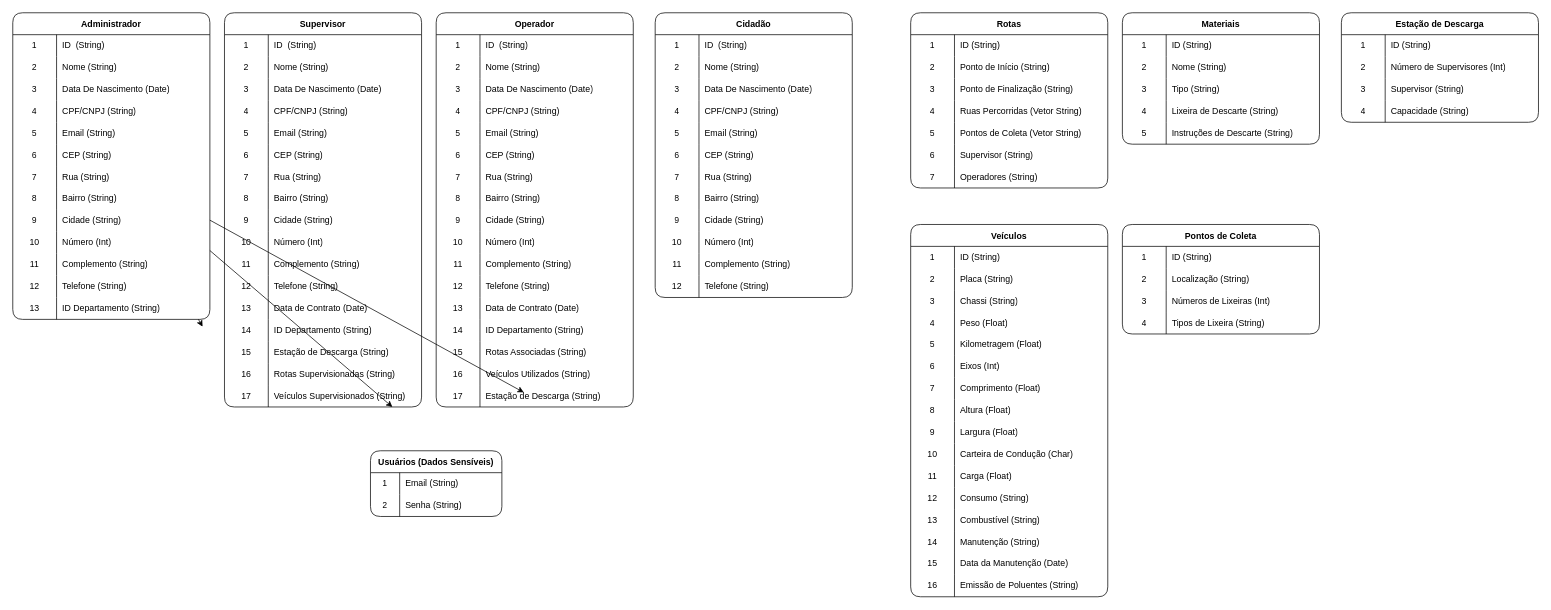
Above: UML/BancoDeDados.drawio in MarceloP25/Sistema-de-Gestao-de-Coleta-de-Lixo-e-Reciclaveis---LPS (draw.io), before the change. Source tidied: cells renumbered, new cells numbered last; positions are measured from the earlier drawing's top-left corner, leaving out a move shared by most shapes. Both pictures are drawn from the tidied source at 73%, with x=0, y=0 at pixel (12, 12).
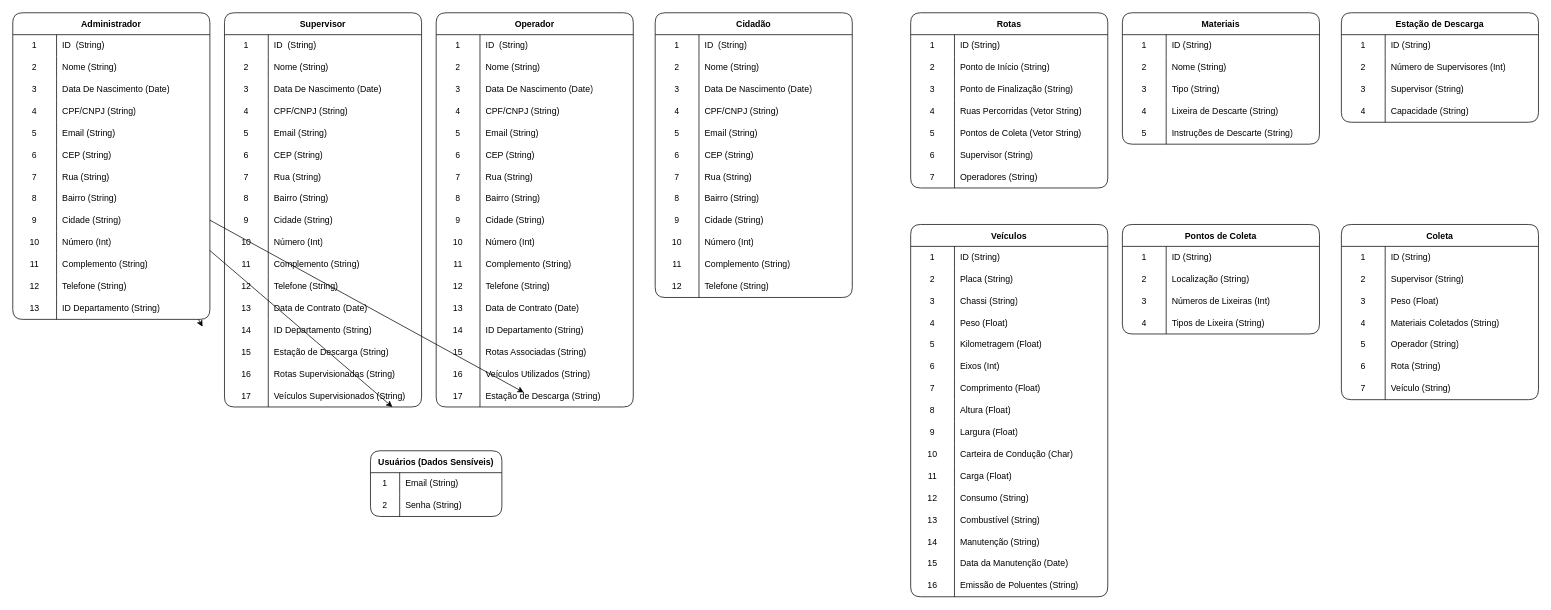
Above is the later version.

Commit message:
Atualização Diagrama de Banco de Dados (Sprint 3)

Diff of the diagram source:
```diff
@@
+    <mxCell id="308" value="Coleta" style="shape=table;startSize=30;childLayout=tableLayout;rowLines=0;fontStyle=1;rounded=1;shadow=0;strokeColor=default;" parent="1" vertex="1">
+      <mxGeometry x="1820" y="290" width="270" height="240" as="geometry" />
+    </mxCell>
+    <mxCell id="309" style="shape=tableRow;horizontal=0;startSize=0;swimlaneHead=0;swimlaneBody=0;top=0;left=0;bottom=0;right=0;fillColor=none;rounded=1;shadow=0;strokeColor=default;" parent="308" vertex="1">
+      <mxGeometry y="30" width="270" height="30" as="geometry" />
+    </mxCell>
+    <mxCell id="310" value="1" style="shape=partialRectangle;html=1;whiteSpace=wrap;fillColor=none;top=0;left=0;bottom=0;right=0;overflow=hidden;rounded=1;shadow=0;strokeColor=default;" parent="309" vertex="1">
+      <mxGeometry width="60" height="30" as="geometry" />
+    </mxCell>
+    <mxCell id="311" value="ID (String)" style="shape=partialRectangle;html=1;whiteSpace=wrap;fillColor=none;top=0;left=0;bottom=0;right=0;align=left;spacingLeft=6;overflow=hidden;rounded=1;shadow=0;strokeColor=default;" parent="309" vertex="1">
+      <mxGeometry x="60" width="210" height="30" as="geometry" />
+    </mxCell>
+    <mxCell id="312" style="shape=tableRow;horizontal=0;startSize=0;swimlaneHead=0;swimlaneBody=0;top=0;left=0;bottom=0;right=0;fillColor=none;rounded=1;shadow=0;strokeColor=default;" parent="308" vertex="1">
+      <mxGeometry y="60" width="270" height="30" as="geometry" />
+    </mxCell>
+    <mxCell id="313" value="2" style="shape=partialRectangle;html=1;whiteSpace=wrap;fillColor=none;top=0;left=0;bottom=0;right=0;overflow=hidden;rounded=1;shadow=0;strokeColor=default;" parent="312" vertex="1">
+      <mxGeometry width="60" height="30" as="geometry" />
+    </mxCell>
+    <mxCell id="314" value="Supervisor (String)" style="shape=partialRectangle;html=1;whiteSpace=wrap;fillColor=none;top=0;left=0;bottom=0;right=0;align=left;spacingLeft=6;overflow=hidden;rounded=1;shadow=0;strokeColor=default;" parent="312" vertex="1">
+      <mxGeometry x="60" width="210" height="30" as="geometry" />
+    </mxCell>
+    <mxCell id="315" style="shape=tableRow;horizontal=0;startSize=0;swimlaneHead=0;swimlaneBody=0;top=0;left=0;bottom=0;right=0;fillColor=none;rounded=1;shadow=0;strokeColor=default;" parent="308" vertex="1">
+      <mxGeometry y="90" width="270" height="30" as="geometry" />
+    </mxCell>
+    <mxCell id="316" value="3" style="shape=partialRectangle;html=1;whiteSpace=wrap;fillColor=none;top=0;left=0;bottom=0;right=0;overflow=hidden;rounded=1;shadow=0;strokeColor=default;" parent="315" vertex="1">
+      <mxGeometry width="60" height="30" as="geometry" />
+    </mxCell>
+    <mxCell id="317" value="Peso (Float)" style="shape=partialRectangle;html=1;whiteSpace=wrap;fillColor=none;top=0;left=0;bottom=0;right=0;align=left;spacingLeft=6;overflow=hidden;rounded=1;shadow=0;strokeColor=default;" parent="315" vertex="1">
+      <mxGeometry x="60" width="210" height="30" as="geometry" />
+    </mxCell>
+    <mxCell id="318" style="shape=tableRow;horizontal=0;startSize=0;swimlaneHead=0;swimlaneBody=0;top=0;left=0;bottom=0;right=0;fillColor=none;rounded=1;shadow=0;strokeColor=default;" parent="308" vertex="1">
+      <mxGeometry y="120" width="270" height="30" as="geometry" />
+    </mxCell>
+    <mxCell id="319" value="4" style="shape=partialRectangle;html=1;whiteSpace=wrap;fillColor=none;top=0;left=0;bottom=0;right=0;overflow=hidden;rounded=1;shadow=0;strokeColor=default;" parent="318" vertex="1">
+      <mxGeometry width="60" height="30" as="geometry" />
+    </mxCell>
+    <mxCell id="320" value="Materiais Coletados (String)" style="shape=partialRectangle;html=1;whiteSpace=wrap;fillColor=none;top=0;left=0;bottom=0;right=0;align=left;spacingLeft=6;overflow=hidden;rounded=1;shadow=0;strokeColor=default;" parent="318" vertex="1">
+      <mxGeometry x="60" width="210" height="30" as="geometry" />
+    </mxCell>
+    <mxCell id="321" style="shape=tableRow;horizontal=0;startSize=0;swimlaneHead=0;swimlaneBody=0;top=0;left=0;bottom=0;right=0;fillColor=none;rounded=1;shadow=0;strokeColor=default;" parent="308" vertex="1">
+      <mxGeometry y="150" width="270" height="30" as="geometry" />
+    </mxCell>
+    <mxCell id="322" value="5" style="shape=partialRectangle;html=1;whiteSpace=wrap;fillColor=none;top=0;left=0;bottom=0;right=0;overflow=hidden;rounded=1;shadow=0;strokeColor=default;" parent="321" vertex="1">
+      <mxGeometry width="60" height="30" as="geometry" />
+    </mxCell>
+    <mxCell id="323" value="Operador (String)" style="shape=partialRectangle;html=1;whiteSpace=wrap;fillColor=none;top=0;left=0;bottom=0;right=0;align=left;spacingLeft=6;overflow=hidden;rounded=1;shadow=0;strokeColor=default;" parent="321" vertex="1">
+      <mxGeometry x="60" width="210" height="30" as="geometry" />
+    </mxCell>
+    <mxCell id="324" style="shape=tableRow;horizontal=0;startSize=0;swimlaneHead=0;swimlaneBody=0;top=0;left=0;bottom=0;right=0;fillColor=none;rounded=1;shadow=0;strokeColor=default;" parent="308" vertex="1">
+      <mxGeometry y="180" width="270" height="30" as="geometry" />
+    </mxCell>
+    <mxCell id="325" value="6" style="shape=partialRectangle;html=1;whiteSpace=wrap;fillColor=none;top=0;left=0;bottom=0;right=0;overflow=hidden;rounded=1;shadow=0;strokeColor=default;" parent="324" vertex="1">
+      <mxGeometry width="60" height="30" as="geometry" />
+    </mxCell>
+    <mxCell id="326" value="Rota (String)" style="shape=partialRectangle;html=1;whiteSpace=wrap;fillColor=none;top=0;left=0;bottom=0;right=0;align=left;spacingLeft=6;overflow=hidden;rounded=1;shadow=0;strokeColor=default;" parent="324" vertex="1">
+      <mxGeometry x="60" width="210" height="30" as="geometry" />
+    </mxCell>
+    <mxCell id="327" style="shape=tableRow;horizontal=0;startSize=0;swimlaneHead=0;swimlaneBody=0;top=0;left=0;bottom=0;right=0;fillColor=none;rounded=1;shadow=0;strokeColor=default;" parent="308" vertex="1">
+      <mxGeometry y="210" width="270" height="30" as="geometry" />
+    </mxCell>
+    <mxCell id="328" value="7" style="shape=partialRectangle;html=1;whiteSpace=wrap;fillColor=none;top=0;left=0;bottom=0;right=0;overflow=hidden;rounded=1;shadow=0;strokeColor=default;" parent="327" vertex="1">
+      <mxGeometry width="60" height="30" as="geometry" />
+    </mxCell>
+    <mxCell id="329" value="Veículo (String)" style="shape=partialRectangle;html=1;whiteSpace=wrap;fillColor=none;top=0;left=0;bottom=0;right=0;align=left;spacingLeft=6;overflow=hidden;rounded=1;shadow=0;strokeColor=default;" parent="327" vertex="1">
+      <mxGeometry x="60" width="210" height="30" as="geometry" />
+    </mxCell>
```
